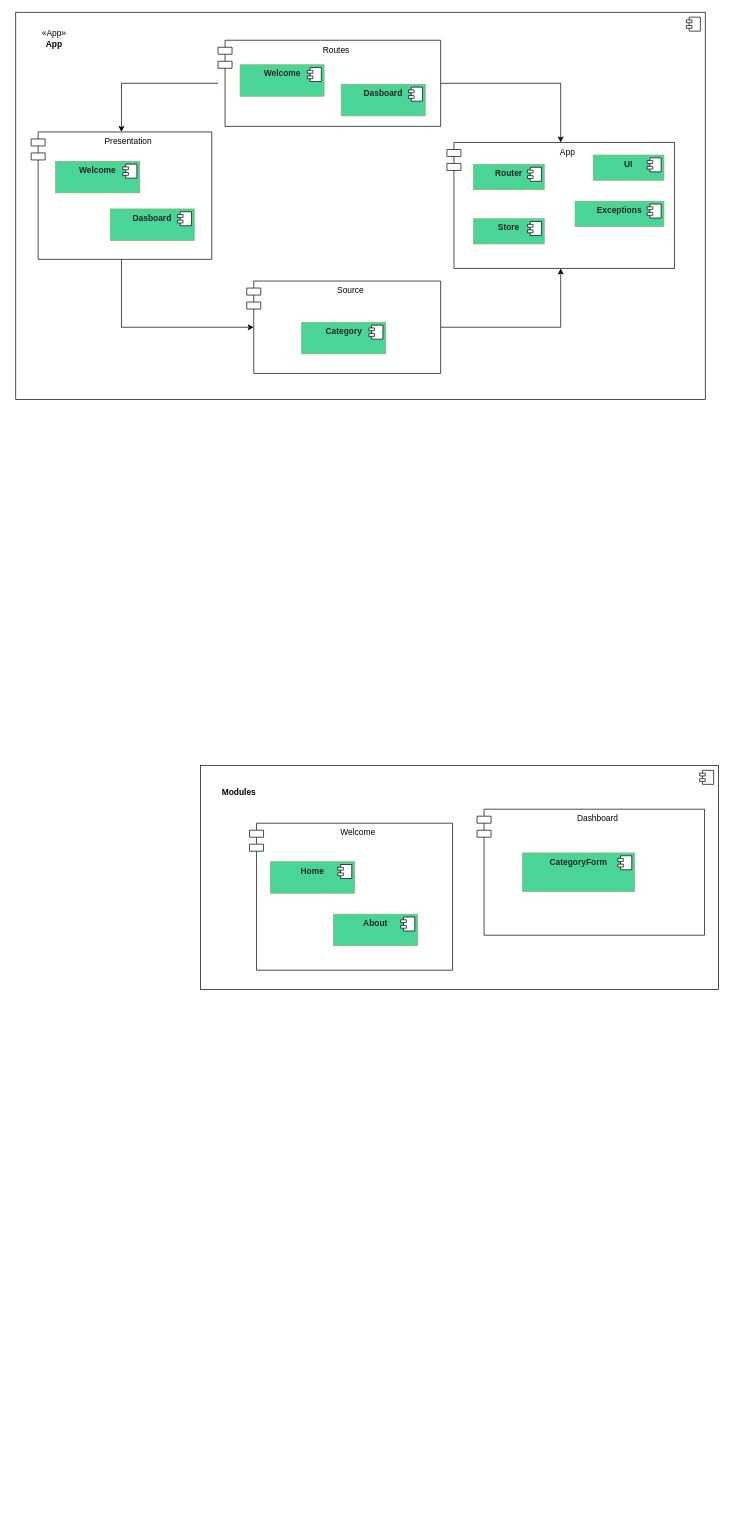
wilcorrea/vuejs-clean-arch keeps this draw.io diagram as diagram.drawio. Above is the earlier version. Source tidied: cells renumbered, new cells numbered last; positions are measured from the earlier drawing's top-left corner, leaving out a move shared by most shapes. Both pictures are drawn from the tidied source at 70%, with x=0, y=0 at pixel (15, 12).
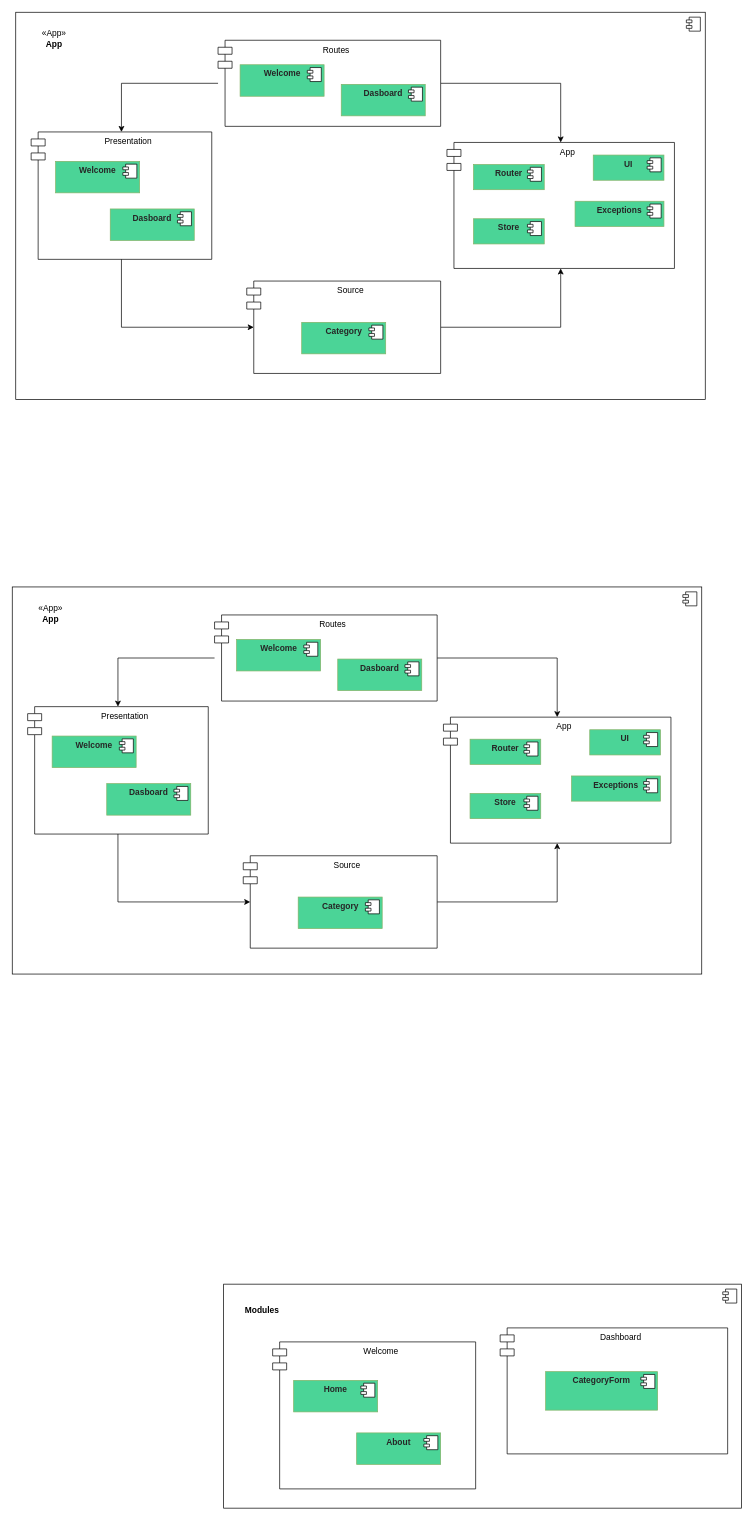
The same page after the edit.

Diff of the diagram source:
```diff
@@
     <mxCell id="2" style="html=1;" parent="1" vertex="1">
-      <mxGeometry x="264" y="1076" width="740" height="320" as="geometry" />
+      <mxGeometry x="297" y="1817" width="740" height="320" as="geometry" />
     </mxCell>
@@
     <mxCell id="4" value="Welcome" style="shape=module;align=left;spacingLeft=20;align=center;verticalAlign=top;" parent="1" vertex="1">
-      <mxGeometry x="334" y="1158.5" width="290" height="210" as="geometry" />
+      <mxGeometry x="367" y="1899.5" width="290" height="210" as="geometry" />
     </mxCell>
     <mxCell id="5" value="Dashboard" style="shape=module;align=left;spacingLeft=20;align=center;verticalAlign=top;" parent="1" vertex="1">
-      <mxGeometry x="659" y="1138.5" width="325" height="180" as="geometry" />
+      <mxGeometry x="692" y="1879.5" width="325" height="180" as="geometry" />
     </mxCell>
     <mxCell id="6" value="&lt;p style=&quot;margin: 0px ; margin-top: 6px ; text-align: center&quot;&gt;&lt;b&gt;CategoryForm&lt;/b&gt;&lt;/p&gt;" style="align=left;overflow=fill;html=1;strokeColor=#82b366;fillColor=#4BD497;fontColor=#262626;" parent="1" vertex="1">
-      <mxGeometry x="724" y="1201" width="160" height="55" as="geometry" />
+      <mxGeometry x="757" y="1942" width="160" height="55" as="geometry" />
     </mxCell>
@@
     <mxCell id="8" value="&lt;b&gt;Modules&lt;/b&gt;" style="text;html=1;strokeColor=none;fillColor=none;align=center;verticalAlign=middle;whiteSpace=wrap;rounded=0;" parent="1" vertex="1">
-      <mxGeometry x="274" y="1088.5" width="90" height="50" as="geometry" />
+      <mxGeometry x="307" y="1829.5" width="90" height="50" as="geometry" />
     </mxCell>
     <mxCell id="9" value="&lt;p style=&quot;margin: 0px ; margin-top: 6px ; text-align: center&quot;&gt;&lt;b&gt;Home&lt;/b&gt;&lt;/p&gt;" style="align=left;overflow=fill;html=1;strokeColor=#82b366;fillColor=#4BD497;fontColor=#262626;" parent="1" vertex="1">
-      <mxGeometry x="364" y="1213.5" width="120" height="45" as="geometry" />
+      <mxGeometry x="397" y="1954.5" width="120" height="45" as="geometry" />
     </mxCell>
@@
     <mxCell id="11" value="&lt;p style=&quot;margin: 0px ; margin-top: 6px ; text-align: center&quot;&gt;&lt;b&gt;About&lt;/b&gt;&lt;/p&gt;" style="align=left;overflow=fill;html=1;strokeColor=#82b366;fillColor=#4BD497;fontColor=#262626;" parent="1" vertex="1">
-      <mxGeometry x="454" y="1288.5" width="120" height="45" as="geometry" />
+      <mxGeometry x="487" y="2029.5" width="120" height="45" as="geometry" />
     </mxCell>
@@
+    <mxCell id="42" style="html=1;" parent="1" vertex="1">
+      <mxGeometry x="-5" y="821" width="985" height="553" as="geometry" />
+    </mxCell>
+    <mxCell id="43" style="shape=module;jettyWidth=8;jettyHeight=4;" parent="42" vertex="1">
+      <mxGeometry x="1" width="20" height="20" relative="1" as="geometry">
+        <mxPoint x="-27" y="7" as="offset" />
+      </mxGeometry>
+    </mxCell>
+    <mxCell id="44" value="Presentation" style="shape=module;align=left;spacingLeft=20;align=center;verticalAlign=top;" parent="1" vertex="1">
+      <mxGeometry x="17" y="992" width="258" height="182" as="geometry" />
+    </mxCell>
+    <mxCell id="45" value="App" style="shape=module;align=left;spacingLeft=20;align=center;verticalAlign=top;" parent="1" vertex="1">
+      <mxGeometry x="611" y="1007" width="325" height="180" as="geometry" />
+    </mxCell>
+    <mxCell id="46" value="&lt;span&gt;«App»&lt;/span&gt;&lt;br&gt;&lt;b&gt;App&lt;/b&gt;" style="text;html=1;strokeColor=none;fillColor=none;align=center;verticalAlign=middle;whiteSpace=wrap;rounded=0;" parent="1" vertex="1">
+      <mxGeometry x="5" y="833.5" width="90" height="50" as="geometry" />
+    </mxCell>
+    <mxCell id="47" style="edgeStyle=orthogonalEdgeStyle;rounded=0;jettySize=auto;html=1;exitX=1;exitY=0.5;exitDx=0;exitDy=0;fontColor=#262626;" parent="1" edge="1" source="49" target="45">
+      <mxGeometry relative="1" as="geometry" />
+    </mxCell>
+    <mxCell id="48" style="edgeStyle=orthogonalEdgeStyle;rounded=0;jettySize=auto;html=1;entryX=0.5;entryY=0;entryDx=0;entryDy=0;fontColor=#262626;" parent="1" edge="1" source="49" target="44">
+      <mxGeometry relative="1" as="geometry" />
+    </mxCell>
+    <mxCell id="49" value="Routes" style="shape=module;align=left;spacingLeft=20;align=center;verticalAlign=top;" parent="1" vertex="1">
+      <mxGeometry x="284" y="861" width="318" height="123" as="geometry" />
+    </mxCell>
+    <mxCell id="50" style="edgeStyle=orthogonalEdgeStyle;rounded=0;jettySize=auto;html=1;fontColor=#262626;" parent="1" edge="1" source="52" target="45">
+      <mxGeometry relative="1" as="geometry" />
+    </mxCell>
+    <mxCell id="51" style="edgeStyle=orthogonalEdgeStyle;rounded=0;jettySize=auto;html=1;exitX=0;exitY=0.5;exitDx=10;exitDy=0;exitPerimeter=0;fontColor=#262626;endArrow=none;endFill=0;startArrow=classic;startFill=1;" parent="1" edge="1" source="52" target="44">
+      <mxGeometry relative="1" as="geometry" />
+    </mxCell>
+    <mxCell id="52" value="Source" style="shape=module;align=left;spacingLeft=20;align=center;verticalAlign=top;" parent="1" vertex="1">
+      <mxGeometry x="325" y="1205" width="277" height="132" as="geometry" />
+    </mxCell>
+    <mxCell id="53" value="&lt;p style=&quot;margin: 0px ; margin-top: 6px ; text-align: center&quot;&gt;&lt;b&gt;Welcome&lt;/b&gt;&lt;/p&gt;" style="align=left;overflow=fill;html=1;strokeColor=#82b366;fillColor=#4BD497;fontColor=#262626;" parent="1" vertex="1">
+      <mxGeometry x="315.5" y="896" width="120" height="45" as="geometry" />
+    </mxCell>
+    <mxCell id="54" style="shape=component;jettyWidth=8;jettyHeight=4;" parent="53" vertex="1">
+      <mxGeometry x="1" width="20" height="20" relative="1" as="geometry">
+        <mxPoint x="-24" y="4" as="offset" />
+      </mxGeometry>
+    </mxCell>
+    <mxCell id="55" value="&lt;p style=&quot;margin: 0px ; margin-top: 6px ; text-align: center&quot;&gt;&lt;b&gt;Dasboard&lt;/b&gt;&lt;/p&gt;" style="align=left;overflow=fill;html=1;strokeColor=#82b366;fillColor=#4BD497;fontColor=#262626;" parent="1" vertex="1">
+      <mxGeometry x="460" y="924" width="120" height="45" as="geometry" />
+    </mxCell>
+    <mxCell id="56" style="shape=component;jettyWidth=8;jettyHeight=4;" parent="55" vertex="1">
+      <mxGeometry x="1" width="20" height="20" relative="1" as="geometry">
+        <mxPoint x="-24" y="4" as="offset" />
+      </mxGeometry>
+    </mxCell>
+    <mxCell id="57" value="&lt;p style=&quot;margin: 0px ; margin-top: 6px ; text-align: center&quot;&gt;&lt;b&gt;Welcome&lt;/b&gt;&lt;/p&gt;" style="align=left;overflow=fill;html=1;strokeColor=#82b366;fillColor=#4BD497;fontColor=#262626;" parent="1" vertex="1">
+      <mxGeometry x="52" y="1034" width="120" height="45" as="geometry" />
+    </mxCell>
+    <mxCell id="58" style="shape=component;jettyWidth=8;jettyHeight=4;" parent="57" vertex="1">
+      <mxGeometry x="1" width="20" height="20" relative="1" as="geometry">
+        <mxPoint x="-24" y="4" as="offset" />
+      </mxGeometry>
+    </mxCell>
+    <mxCell id="59" value="&lt;p style=&quot;margin: 0px ; margin-top: 6px ; text-align: center&quot;&gt;&lt;b&gt;Dasboard&lt;/b&gt;&lt;/p&gt;" style="align=left;overflow=fill;html=1;strokeColor=#82b366;fillColor=#4BD497;fontColor=#262626;" parent="1" vertex="1">
+      <mxGeometry x="130" y="1102" width="120" height="45" as="geometry" />
+    </mxCell>
+    <mxCell id="60" style="shape=component;jettyWidth=8;jettyHeight=4;" parent="59" vertex="1">
+      <mxGeometry x="1" width="20" height="20" relative="1" as="geometry">
+        <mxPoint x="-24" y="4" as="offset" />
+      </mxGeometry>
+    </mxCell>
+    <mxCell id="61" value="&lt;p style=&quot;margin: 0px ; margin-top: 6px ; text-align: center&quot;&gt;&lt;b&gt;Category&lt;/b&gt;&lt;/p&gt;" style="align=left;overflow=fill;html=1;strokeColor=#82b366;fillColor=#4BD497;fontColor=#262626;" parent="1" vertex="1">
+      <mxGeometry x="403.5" y="1264" width="120" height="45" as="geometry" />
+    </mxCell>
+    <mxCell id="62" style="shape=component;jettyWidth=8;jettyHeight=4;" parent="61" vertex="1">
+      <mxGeometry x="1" width="20" height="20" relative="1" as="geometry">
+        <mxPoint x="-24" y="4" as="offset" />
+      </mxGeometry>
+    </mxCell>
+    <mxCell id="63" value="&lt;p style=&quot;margin: 0px ; margin-top: 6px ; text-align: center&quot;&gt;&lt;b&gt;Router&lt;/b&gt;&lt;/p&gt;" style="align=left;overflow=fill;html=1;strokeColor=#82b366;fillColor=#4BD497;fontColor=#262626;" parent="1" vertex="1">
+      <mxGeometry x="649" y="1038.5" width="101" height="36" as="geometry" />
+    </mxCell>
+    <mxCell id="64" style="shape=component;jettyWidth=8;jettyHeight=4;" parent="63" vertex="1">
+      <mxGeometry x="1" width="20" height="20" relative="1" as="geometry">
+        <mxPoint x="-24" y="4" as="offset" />
+      </mxGeometry>
+    </mxCell>
+    <mxCell id="65" value="&lt;p style=&quot;margin: 0px ; margin-top: 6px ; text-align: center&quot;&gt;&lt;b&gt;UI&lt;/b&gt;&lt;/p&gt;" style="align=left;overflow=fill;html=1;strokeColor=#82b366;fillColor=#4BD497;fontColor=#262626;" parent="1" vertex="1">
+      <mxGeometry x="820" y="1025" width="101" height="36" as="geometry" />
+    </mxCell>
+    <mxCell id="66" style="shape=component;jettyWidth=8;jettyHeight=4;" parent="65" vertex="1">
+      <mxGeometry x="1" width="20" height="20" relative="1" as="geometry">
+        <mxPoint x="-24" y="4" as="offset" />
+      </mxGeometry>
+    </mxCell>
+    <mxCell id="67" value="&lt;p style=&quot;margin: 0px ; margin-top: 6px ; text-align: center&quot;&gt;&lt;b&gt;Store&lt;/b&gt;&lt;/p&gt;" style="align=left;overflow=fill;html=1;strokeColor=#82b366;fillColor=#4BD497;fontColor=#262626;" parent="1" vertex="1">
+      <mxGeometry x="649" y="1116" width="101" height="36" as="geometry" />
+    </mxCell>
+    <mxCell id="68" style="shape=component;jettyWidth=8;jettyHeight=4;" parent="67" vertex="1">
+      <mxGeometry x="1" width="20" height="20" relative="1" as="geometry">
+        <mxPoint x="-24" y="4" as="offset" />
+      </mxGeometry>
+    </mxCell>
+    <mxCell id="69" value="&lt;p style=&quot;margin: 0px ; margin-top: 6px ; text-align: center&quot;&gt;&lt;b&gt;Exceptions&lt;/b&gt;&lt;/p&gt;" style="align=left;overflow=fill;html=1;strokeColor=#82b366;fillColor=#4BD497;fontColor=#262626;" parent="1" vertex="1">
+      <mxGeometry x="794" y="1091" width="127" height="36" as="geometry" />
+    </mxCell>
+    <mxCell id="70" style="shape=component;jettyWidth=8;jettyHeight=4;" parent="69" vertex="1">
+      <mxGeometry x="1" width="20" height="20" relative="1" as="geometry">
+        <mxPoint x="-24" y="4" as="offset" />
+      </mxGeometry>
+    </mxCell>
```
